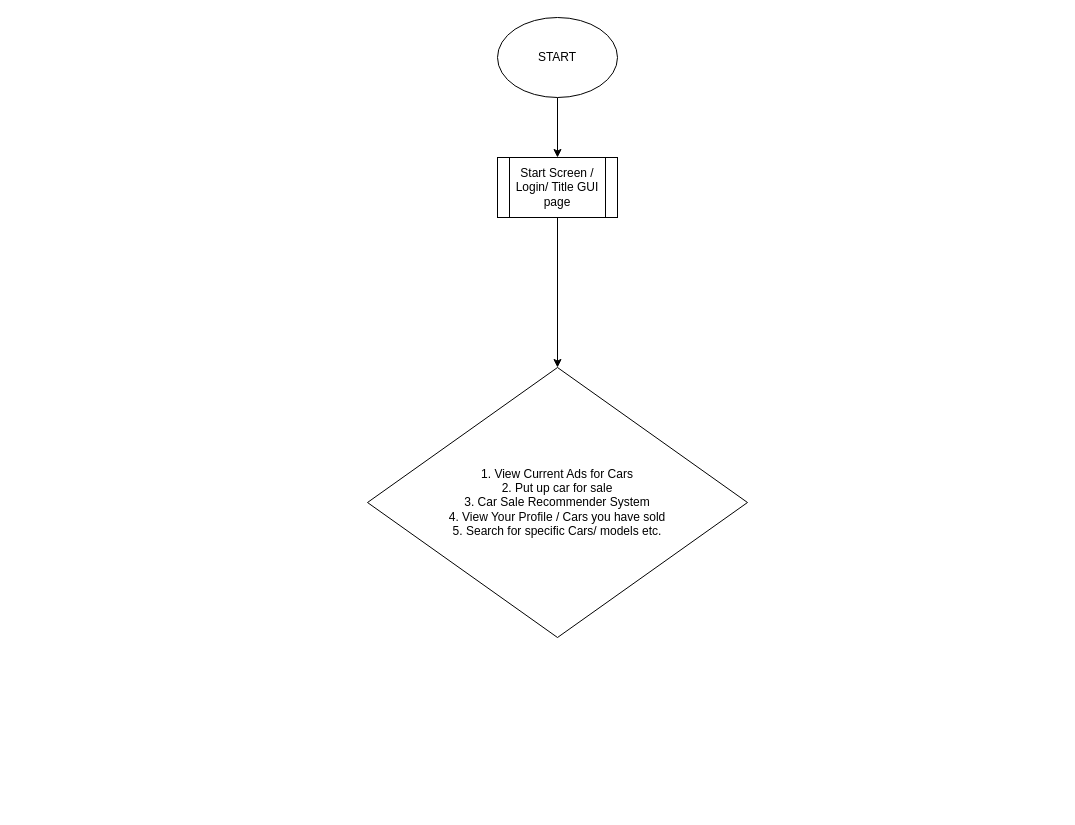
Earlier version of the draw.io diagram AutoOracleBluePrints.drawio (MelonBun8/Auto-Oracle). Source tidied: cells renumbered, new cells numbered last; positions are measured from the earlier drawing's top-left corner, leaving out a move shared by most shapes. Both pictures are drawn from the tidied source at 100%, with x=0, y=0 at pixel (367, 17).
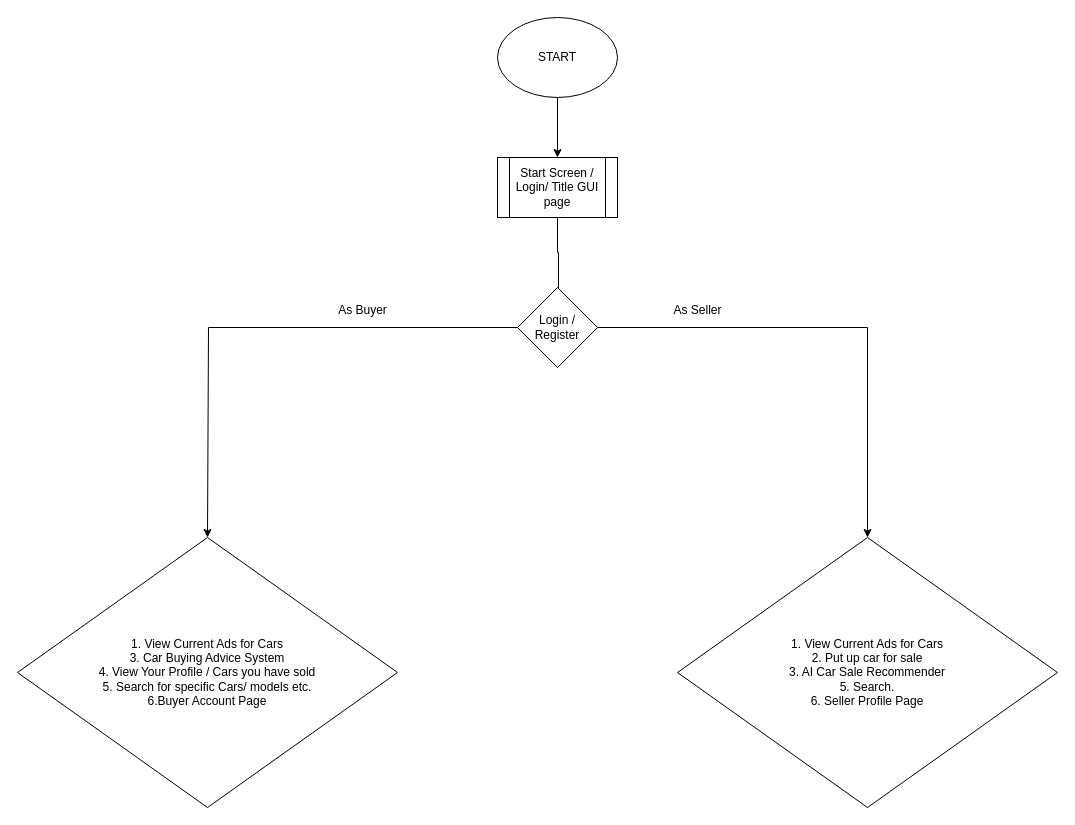
The same page after the edit.

What changed in the source:
```diff
@@
 <mxGraphModel>
   <root>
     <mxCell id="0" />
     <mxCell id="1" parent="0" />
     <mxCell id="2" style="edgeStyle=orthogonalEdgeStyle;rounded=0;jettySize=auto;html=1;" parent="1" edge="1" source="3" target="5">
       <mxGeometry relative="1" as="geometry" />
     </mxCell>
     <mxCell id="3" value="START" style="ellipse;whiteSpace=wrap;html=1;" parent="1" vertex="1">
       <mxGeometry x="130" width="120" height="80" as="geometry" />
     </mxCell>
-    <mxCell id="4" style="edgeStyle=orthogonalEdgeStyle;rounded=0;jettySize=auto;html=1;" parent="1" edge="1" source="5" target="6">
-      <mxGeometry relative="1" as="geometry" />
+    <mxCell id="4" style="edgeStyle=orthogonalEdgeStyle;rounded=0;jettySize=auto;html=1;entryX=0.5;entryY=0;entryDx=0;entryDy=0;" parent="1" edge="1" source="5" target="9">
+      <mxGeometry relative="1" as="geometry">
+        <Array as="points">
+          <mxPoint x="190" y="235" />
+          <mxPoint x="191" y="235" />
+          <mxPoint x="191" y="290" />
+        </Array>
+      </mxGeometry>
     </mxCell>
     <mxCell id="5" value="Start Screen / Login/ Title GUI page" style="shape=process;whiteSpace=wrap;html=1;backgroundOutline=1;fillColor=#FFFFFF;" parent="1" vertex="1">
       <mxGeometry x="130" y="140" width="120" height="60" as="geometry" />
     </mxCell>
-    <mxCell id="6" value="1. View Current Ads for Cars&lt;br&gt;2. Put up car for sale&lt;br&gt;3. Car Sale Recommender System&lt;br&gt;4. View Your Profile / Cars you have sold&lt;br&gt;5. Search for specific Cars/ models etc." style="rhombus;whiteSpace=wrap;html=1;fillColor=#FFFFFF;" parent="1" vertex="1">
-      <mxGeometry y="350" width="380" height="270" as="geometry" />
+    <mxCell id="6" value="1. View Current Ads for Cars&lt;br&gt;2. Put up car for sale&lt;br&gt;3. AI Car Sale Recommender&lt;br&gt;5. Search.&lt;br&gt;6. Seller Profile Page" style="rhombus;whiteSpace=wrap;html=1;fillColor=#FFFFFF;" parent="1" vertex="1">
+      <mxGeometry x="310" y="520" width="380" height="270" as="geometry" />
     </mxCell>
+    <mxCell id="7" style="edgeStyle=orthogonalEdgeStyle;rounded=0;jettySize=auto;html=1;exitX=0;exitY=0.5;exitDx=0;exitDy=0;entryX=0.5;entryY=0;entryDx=0;entryDy=0;" parent="1" edge="1" source="9" target="12">
+      <mxGeometry relative="1" as="geometry">
+        <Array as="points">
+          <mxPoint x="-159" y="310" />
+        </Array>
+      </mxGeometry>
+    </mxCell>
+    <mxCell id="8" style="edgeStyle=orthogonalEdgeStyle;rounded=0;jettySize=auto;html=1;exitX=1;exitY=0.5;exitDx=0;exitDy=0;entryX=0.5;entryY=0;entryDx=0;entryDy=0;" parent="1" edge="1" source="9" target="6">
+      <mxGeometry relative="1" as="geometry" />
+    </mxCell>
+    <mxCell id="9" value="Login / Register" style="rhombus;whiteSpace=wrap;html=1;" parent="1" vertex="1">
+      <mxGeometry x="150" y="270" width="80" height="80" as="geometry" />
+    </mxCell>
+    <mxCell id="10" value="As Buyer" style="text;html=1;align=center;verticalAlign=middle;strokeColor=none;fillColor=none;" parent="1" vertex="1">
+      <mxGeometry x="-40" y="278" width="70" height="30" as="geometry" />
+    </mxCell>
+    <mxCell id="11" value="As Seller" style="text;html=1;align=center;verticalAlign=middle;strokeColor=none;fillColor=none;" parent="1" vertex="1">
+      <mxGeometry x="295" y="278" width="70" height="30" as="geometry" />
+    </mxCell>
+    <mxCell id="12" value="1. View Current Ads for Cars&lt;br&gt;3. Car Buying Advice System&lt;br&gt;4. View Your Profile / Cars you have sold&lt;br&gt;5. Search for specific Cars/ models etc.&lt;br&gt;6.Buyer Account Page" style="rhombus;whiteSpace=wrap;html=1;fillColor=#FFFFFF;" parent="1" vertex="1">
+      <mxGeometry x="-350" y="520" width="380" height="270" as="geometry" />
+    </mxCell>
   </root>
 </mxGraphModel>
```
